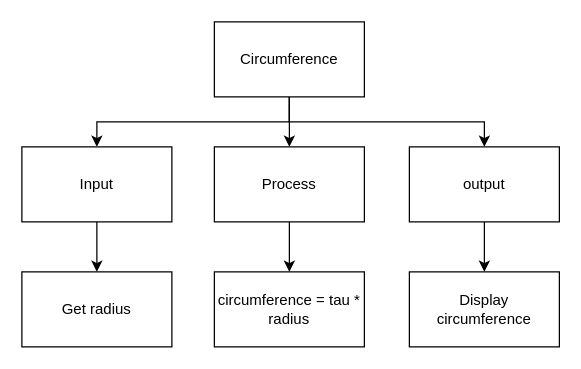
Samuel-Webster-178/ICS3U-Unit4-Unit4-01-Python keeps this draw.io diagram as page "Top Down" (1 of 2) of design.drawio. Above is the earlier version. Source tidied: cells renumbered, new cells numbered last; positions are measured from the earlier drawing's top-left corner, leaving out a move shared by most shapes. Both pictures are drawn from the tidied source at 125%, with x=0, y=0 at pixel (21, 21).
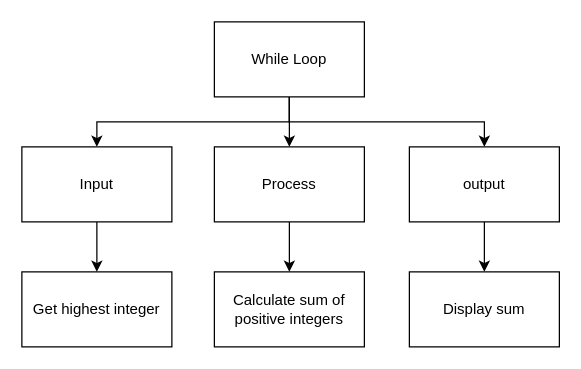
The same diagram, later.

Change to the diagram source:
```diff
@@
 <mxGraphModel>
   <root>
     <mxCell id="0" />
     <mxCell id="1" parent="0" />
     <mxCell id="2" style="edgeStyle=none;html=1;" parent="1" edge="1" source="5" target="9">
       <mxGeometry relative="1" as="geometry" />
     </mxCell>
     <mxCell id="3" style="edgeStyle=orthogonalEdgeStyle;html=1;entryX=0.5;entryY=0;entryDx=0;entryDy=0;rounded=0;" parent="1" edge="1" source="5" target="7">
       <mxGeometry relative="1" as="geometry">
         <Array as="points">
           <mxPoint x="214" y="80" />
           <mxPoint x="60" y="80" />
         </Array>
       </mxGeometry>
     </mxCell>
     <mxCell id="4" style="edgeStyle=orthogonalEdgeStyle;html=1;entryX=0.5;entryY=0;entryDx=0;entryDy=0;rounded=0;" parent="1" edge="1" source="5" target="11">
       <mxGeometry relative="1" as="geometry">
         <Array as="points">
           <mxPoint x="214" y="80" />
           <mxPoint x="370" y="80" />
         </Array>
       </mxGeometry>
     </mxCell>
-    <mxCell id="5" value="Circumference" style="rounded=0;whiteSpace=wrap;html=1;" parent="1" vertex="1">
+    <mxCell id="5" value="While Loop" style="rounded=0;whiteSpace=wrap;html=1;" parent="1" vertex="1">
       <mxGeometry x="154" width="120" height="60" as="geometry" />
     </mxCell>
     <mxCell id="6" style="edgeStyle=orthogonalEdgeStyle;rounded=0;html=1;" parent="1" edge="1" source="7" target="12">
       <mxGeometry relative="1" as="geometry" />
     </mxCell>
     <mxCell id="7" value="Input" style="rounded=0;whiteSpace=wrap;html=1;" parent="1" vertex="1">
       <mxGeometry y="100" width="120" height="60" as="geometry" />
     </mxCell>
     <mxCell id="8" style="edgeStyle=orthogonalEdgeStyle;rounded=0;html=1;" parent="1" edge="1" source="9" target="13">
       <mxGeometry relative="1" as="geometry" />
     </mxCell>
     <mxCell id="9" value="Process" style="rounded=0;whiteSpace=wrap;html=1;" parent="1" vertex="1">
       <mxGeometry x="154" y="100" width="120" height="60" as="geometry" />
     </mxCell>
     <mxCell id="10" style="edgeStyle=orthogonalEdgeStyle;rounded=0;html=1;" parent="1" edge="1" source="11" target="14">
       <mxGeometry relative="1" as="geometry" />
     </mxCell>
     <mxCell id="11" value="output" style="rounded=0;whiteSpace=wrap;html=1;" parent="1" vertex="1">
       <mxGeometry x="310" y="100" width="120" height="60" as="geometry" />
     </mxCell>
-    <mxCell id="12" value="Get radius" style="rounded=0;whiteSpace=wrap;html=1;" parent="1" vertex="1">
+    <mxCell id="12" value="Get highest integer" style="rounded=0;whiteSpace=wrap;html=1;" parent="1" vertex="1">
       <mxGeometry y="200" width="120" height="60" as="geometry" />
     </mxCell>
-    <mxCell id="13" value="circumference = tau * radius" style="rounded=0;whiteSpace=wrap;html=1;" parent="1" vertex="1">
+    <mxCell id="13" value="Calculate sum of positive integers" style="rounded=0;whiteSpace=wrap;html=1;" parent="1" vertex="1">
       <mxGeometry x="154" y="200" width="120" height="60" as="geometry" />
     </mxCell>
-    <mxCell id="14" value="Display circumference" style="rounded=0;whiteSpace=wrap;html=1;" parent="1" vertex="1">
+    <mxCell id="14" value="Display sum" style="rounded=0;whiteSpace=wrap;html=1;" parent="1" vertex="1">
       <mxGeometry x="310" y="200" width="120" height="60" as="geometry" />
     </mxCell>
   </root>
 </mxGraphModel>
```
